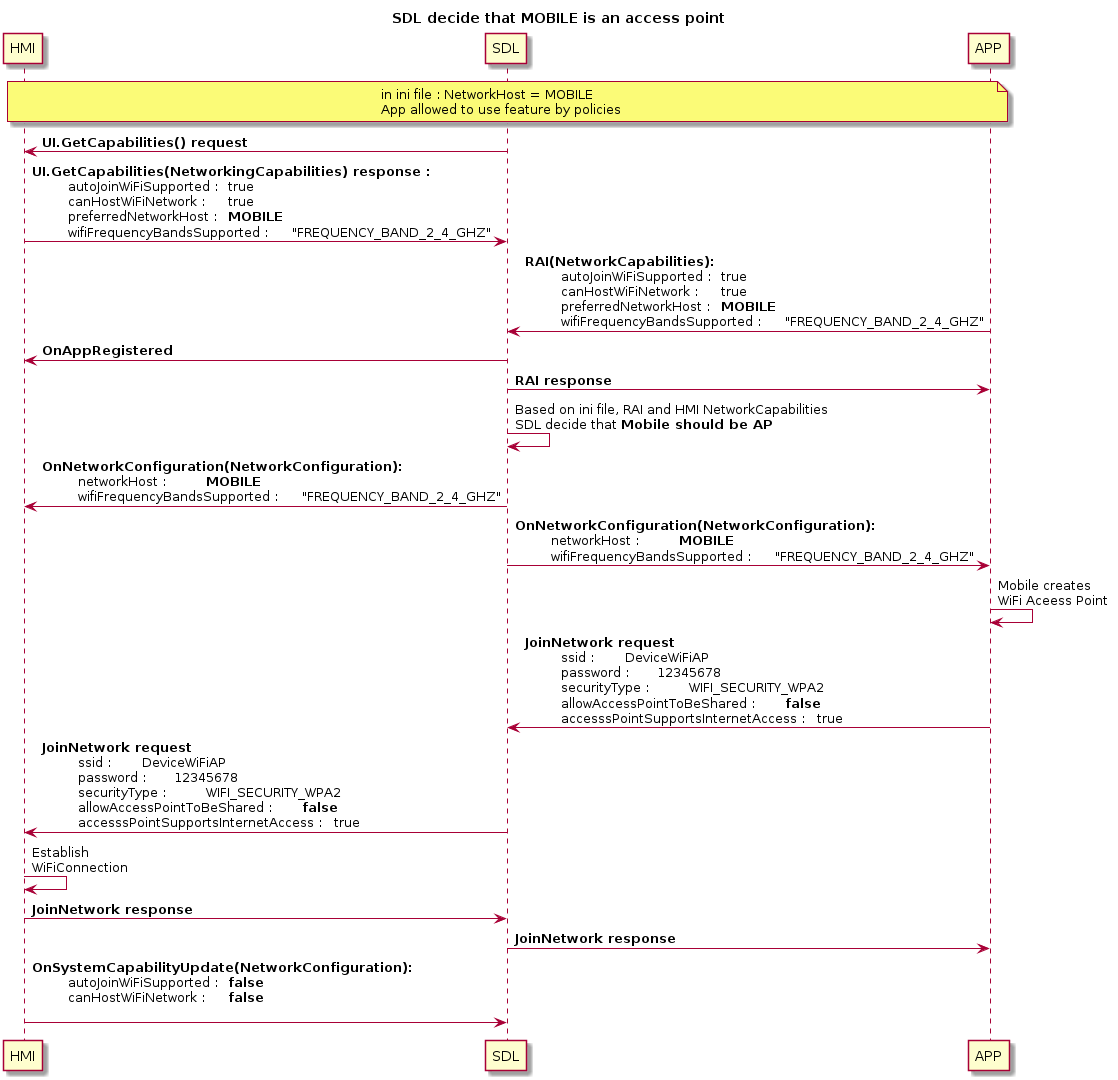
Earlier version of the PlantUML export assets/proposals/0245-sharing-wifi-ssid-and-password/mobile_access_point.png (smartdevicelink/sdl_evolution). Source of this version:
```plantuml
@startuml
!pragma teoz true


title SDL decide that MOBILE is an access point
participant HMI
participant SDL
participant APP

note over HMI, APP: in ini file : NetworkHost = MOBILE \nApp allowed to use feature by policies


SDL -> HMI : <b>UI.GetCapabilities() request
HMI -> SDL : <b>UI.GetCapabilities(NetworkingCapabilities) response : \n\t autoJoinWiFiSupported : \t true \n\t canHostWiFiNetwork : \t true \n\t preferredNetworkHost : \t **MOBILE** \n\t wifiFrequencyBandsSupported : \t "FREQUENCY_BAND_2_4_GHZ"

APP -> SDL : <b>RAI(NetworkCapabilities): \n\t autoJoinWiFiSupported : \t true \n\t canHostWiFiNetwork : \t true \n\t preferredNetworkHost : \t **MOBILE** \n\t wifiFrequencyBandsSupported : \t "FREQUENCY_BAND_2_4_GHZ"

SDL -> HMI : <b>OnAppRegistered
SDL -> APP : <b>RAI response

SDL -> SDL : Based on ini file, RAI and HMI NetworkCapabilities\nSDL decide that **Mobile should be AP**


SDL -> HMI:  <b>OnNetworkConfiguration(NetworkConfiguration): \n\t networkHost : \t **MOBILE** \n\t wifiFrequencyBandsSupported : \t "FREQUENCY_BAND_2_4_GHZ"

SDL -> APP:  <b>OnNetworkConfiguration(NetworkConfiguration): \n\t networkHost : \t **MOBILE** \n\t wifiFrequencyBandsSupported : \t "FREQUENCY_BAND_2_4_GHZ"

APP -> APP : Mobile creates \nWiFi Aceess Point


APP -> SDL: <b>JoinNetwork request\n\t ssid : \t DeviceWiFiAP \n\t password : \t 12345678 \n\t securityType : \t WIFI_SECURITY_WPA2 \n\t allowAccessPointToBeShared : \t **false** \n\t accesssPointSupportsInternetAccess : \t true

SDL -> HMI: <b>JoinNetwork request\n\t ssid : \t DeviceWiFiAP \n\t password : \t 12345678 \n\t securityType : \t WIFI_SECURITY_WPA2 \n\t allowAccessPointToBeShared : \t **false** \n\t accesssPointSupportsInternetAccess : \t true

HMI -> HMI : Establish \nWiFiConnection

HMI -> SDL : <b>JoinNetwork response
SDL -> APP : <b>JoinNetwork response


HMI -> SDL:  <b>OnSystemCapabilityUpdate(NetworkConfiguration): \n\t autoJoinWiFiSupported : \t **false** \n\t canHostWiFiNetwork : \t **false**  \n
@enduml
```
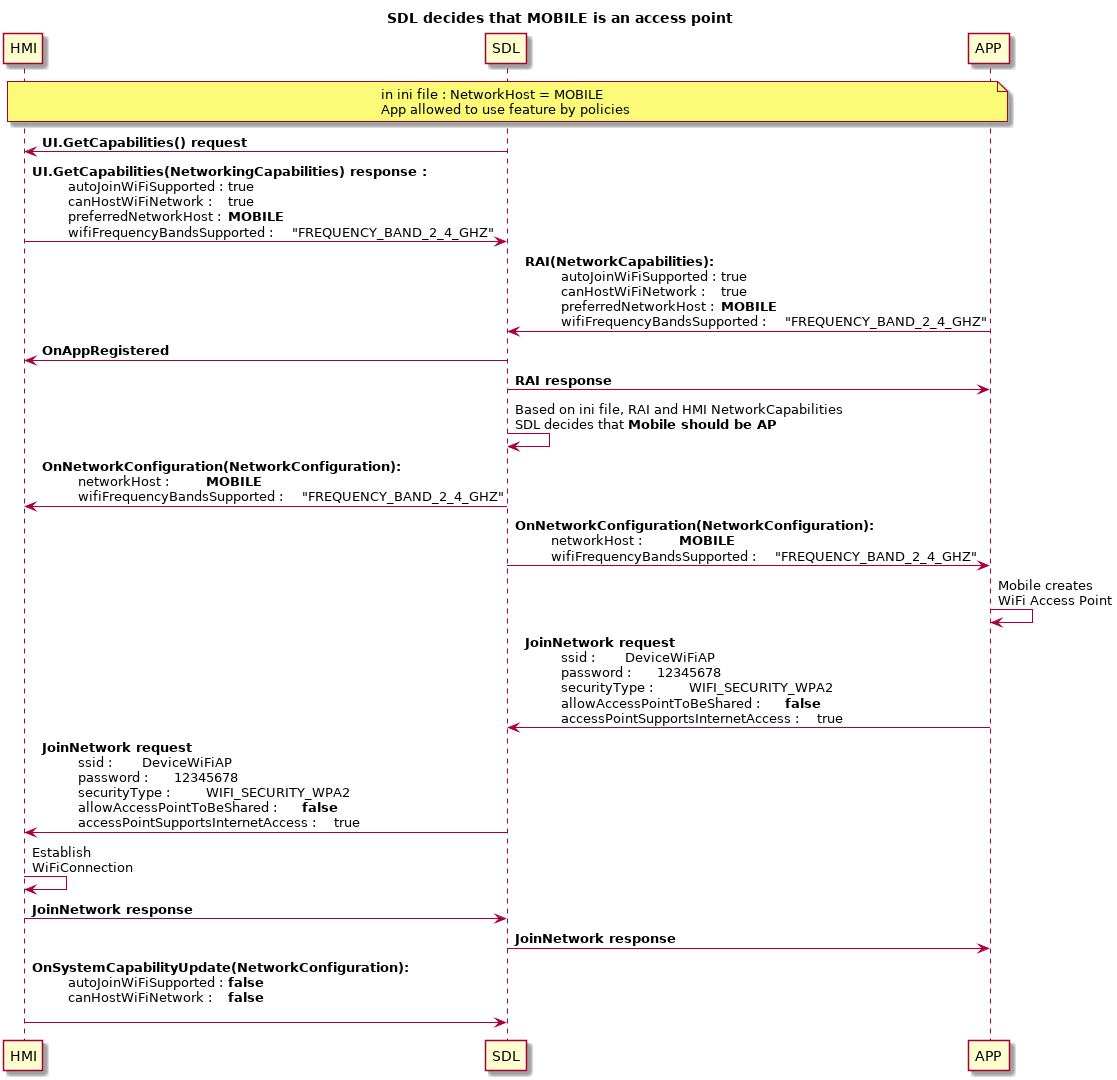
Above is the later version.

The edit, as a diff of the source:
```diff
@@ -2,7 +2,7 @@
 !pragma teoz true
 
 
-title SDL decide that MOBILE is an access point
+title SDL decides that MOBILE is an access point
 participant HMI
 participant SDL
 participant APP
@@ -18,19 +18,19 @@
 SDL -> HMI : <b>OnAppRegistered
 SDL -> APP : <b>RAI response
 
-SDL -> SDL : Based on ini file, RAI and HMI NetworkCapabilities\nSDL decide that **Mobile should be AP**
+SDL -> SDL : Based on ini file, RAI and HMI NetworkCapabilities\nSDL decides that **Mobile should be AP**
 
 
 SDL -> HMI:  <b>OnNetworkConfiguration(NetworkConfiguration): \n\t networkHost : \t **MOBILE** \n\t wifiFrequencyBandsSupported : \t "FREQUENCY_BAND_2_4_GHZ"
 
 SDL -> APP:  <b>OnNetworkConfiguration(NetworkConfiguration): \n\t networkHost : \t **MOBILE** \n\t wifiFrequencyBandsSupported : \t "FREQUENCY_BAND_2_4_GHZ"
 
-APP -> APP : Mobile creates \nWiFi Aceess Point
+APP -> APP : Mobile creates \nWiFi Access Point
 
 
-APP -> SDL: <b>JoinNetwork request\n\t ssid : \t DeviceWiFiAP \n\t password : \t 12345678 \n\t securityType : \t WIFI_SECURITY_WPA2 \n\t allowAccessPointToBeShared : \t **false** \n\t accesssPointSupportsInternetAccess : \t true
+APP -> SDL: <b>JoinNetwork request\n\t ssid : \t DeviceWiFiAP \n\t password : \t 12345678 \n\t securityType : \t WIFI_SECURITY_WPA2 \n\t allowAccessPointToBeShared : \t **false** \n\t accessPointSupportsInternetAccess : \t true
 
-SDL -> HMI: <b>JoinNetwork request\n\t ssid : \t DeviceWiFiAP \n\t password : \t 12345678 \n\t securityType : \t WIFI_SECURITY_WPA2 \n\t allowAccessPointToBeShared : \t **false** \n\t accesssPointSupportsInternetAccess : \t true
+SDL -> HMI: <b>JoinNetwork request\n\t ssid : \t DeviceWiFiAP \n\t password : \t 12345678 \n\t securityType : \t WIFI_SECURITY_WPA2 \n\t allowAccessPointToBeShared : \t **false** \n\t accessPointSupportsInternetAccess : \t true
 
 HMI -> HMI : Establish \nWiFiConnection
 
```
